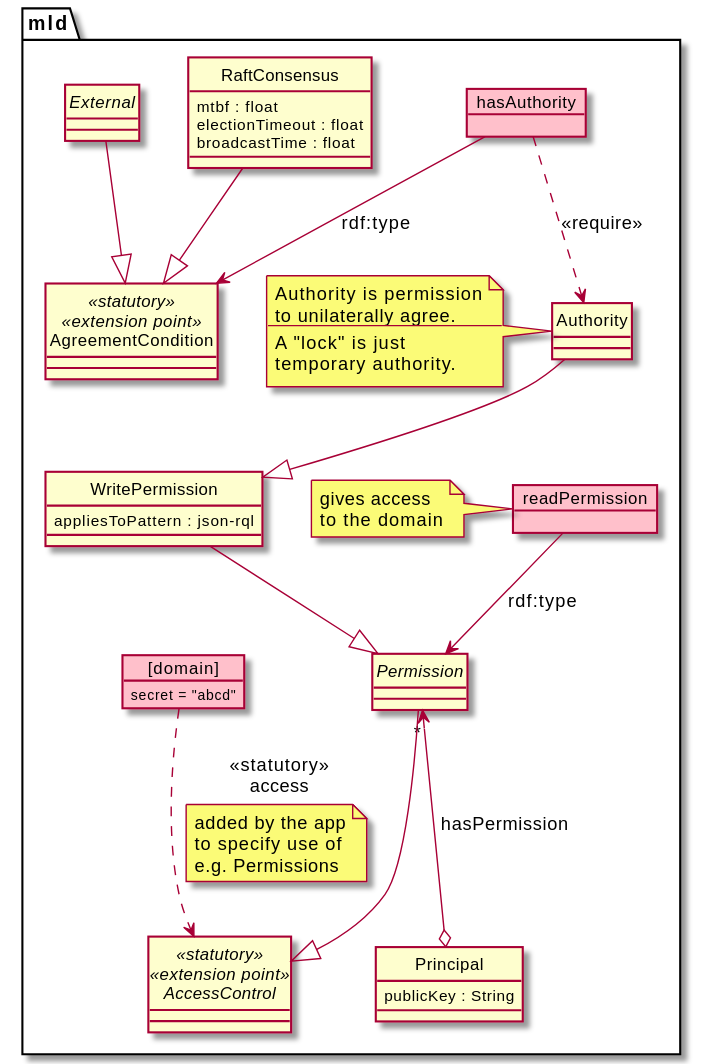
The PlantUML diagram design/img/agreement.class.svg in m-ld/m-ld-security-spec, before a commit.
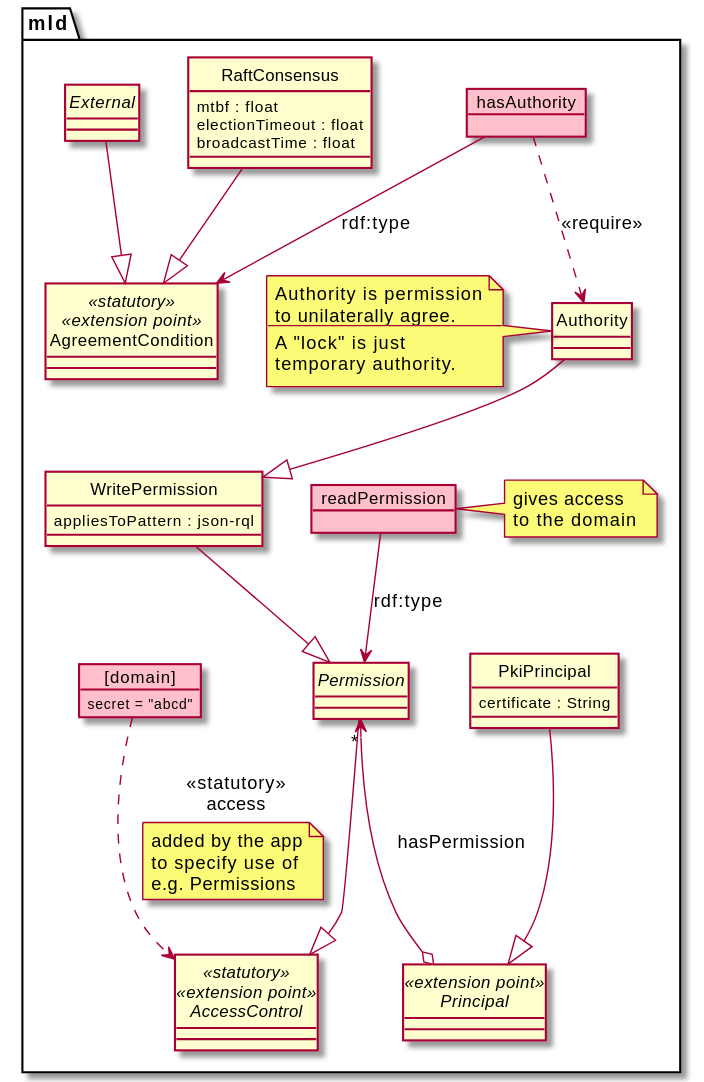
Above is the later version.

Diff of the diagram source:
```diff
@@ -9,9 +9,11 @@
 
 class AgreementCondition <<statutory>> <<extension point>>
 
-class Principal {
-  publicKey : String
+abstract class Principal <<extension point>>
+class PkiPrincipal {
+  certificate : String
 }
+PkiPrincipal --|> Principal
 
 class Authority
 note left
@@ -36,7 +38,7 @@
 WritePermission --|> Permission
 
 object readPermission
-note left
+note right
 gives access
 to the domain
 end note
```
